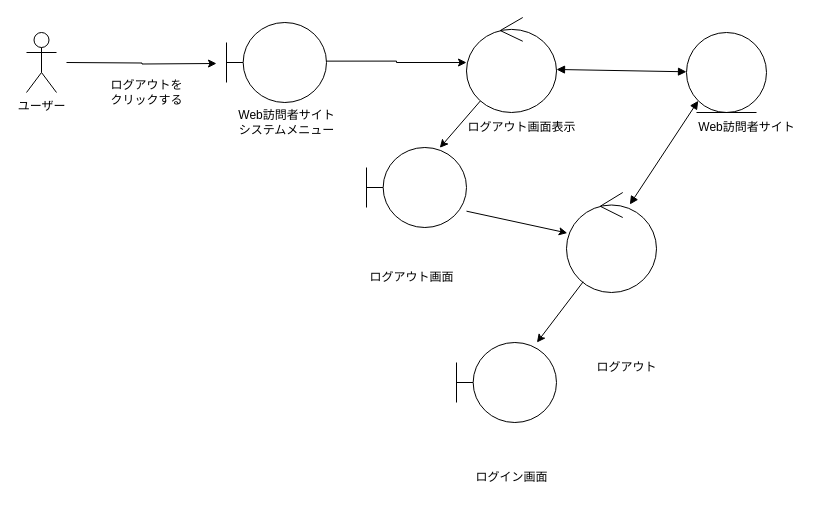
Above: 07_web_visitor/analysis_04_logout.drawio in ghbuser12/ohara_uml (draw.io), before the change. Source tidied: cells renumbered, new cells numbered last; positions are measured from the earlier drawing's top-left corner, leaving out a move shared by most shapes. Both pictures are drawn from the tidied source at 100%, with x=0, y=0 at pixel (26, 17).
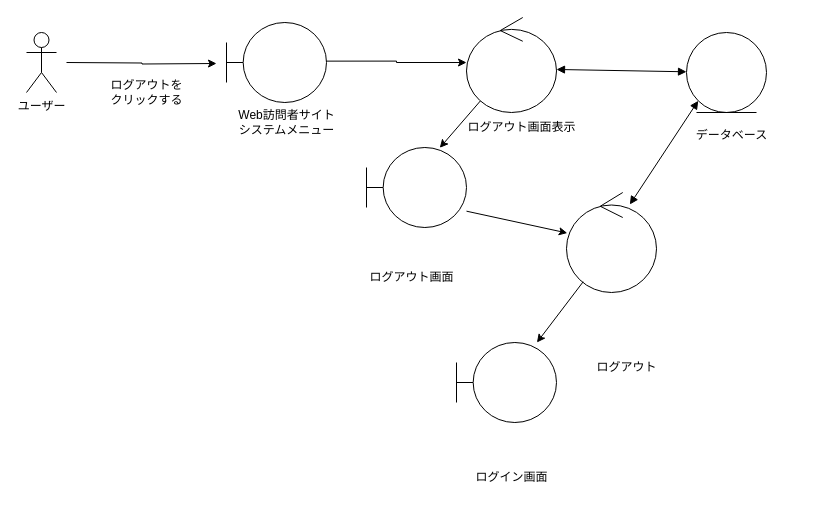
The same page after the edit.

Change to the diagram source:
```diff
@@
-    <mxCell id="11" value="Web訪問者サイト" style="text;html=1;align=center;verticalAlign=middle;strokeColor=none;fillColor=none;" parent="1" vertex="1">
-      <mxGeometry x="660" y="95" width="120" height="30" as="geometry" />
-    </mxCell>
@@
+    <mxCell id="23" value="データベース" style="text;html=1;align=center;verticalAlign=middle;strokeColor=none;fillColor=none;" parent="1" vertex="1">
+      <mxGeometry x="660" y="103" width="90" height="30" as="geometry" />
+    </mxCell>
```
